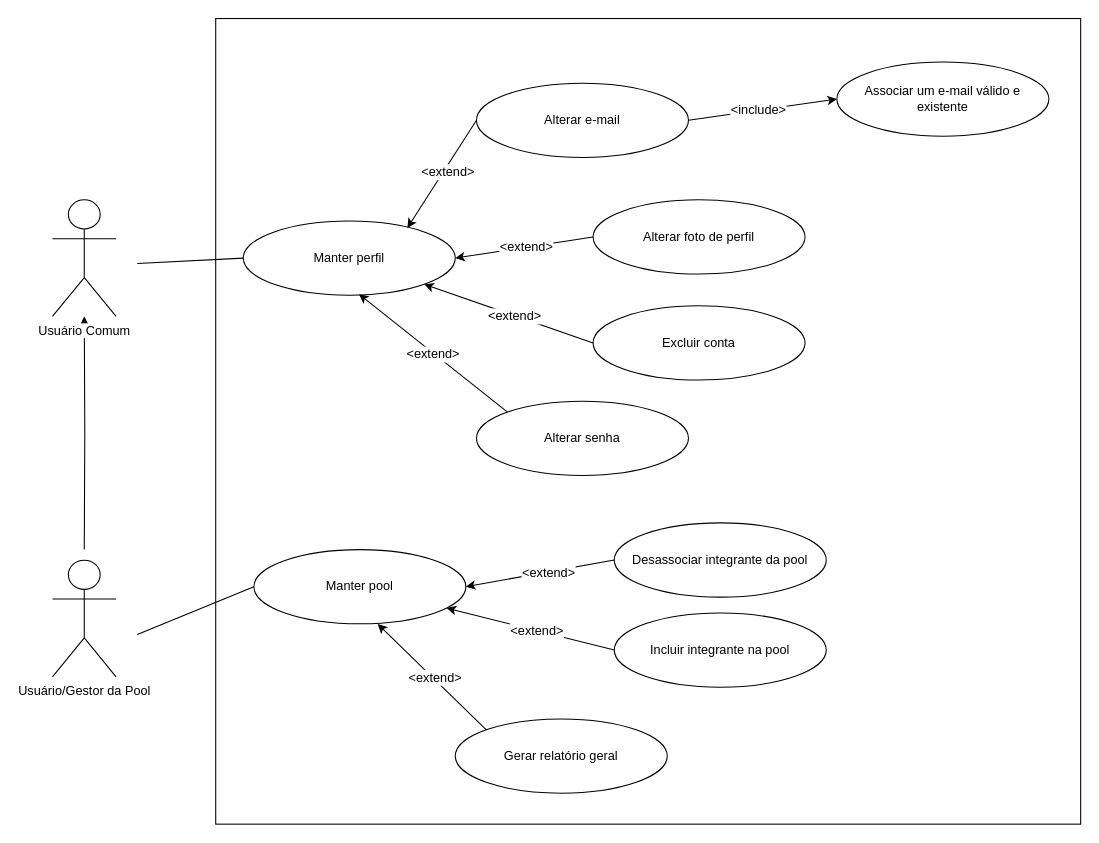
Above: Documentação/Caso de Uso/Caso_PERFIL_USUARIO.drawio in Fabicaneyu/.mineHash (draw.io), before the change. Source tidied: cells renumbered, new cells numbered last; positions are measured from the earlier drawing's top-left corner, leaving out a move shared by most shapes. Both pictures are drawn from the tidied source at 106%, with x=0, y=0 at pixel (52, 18).
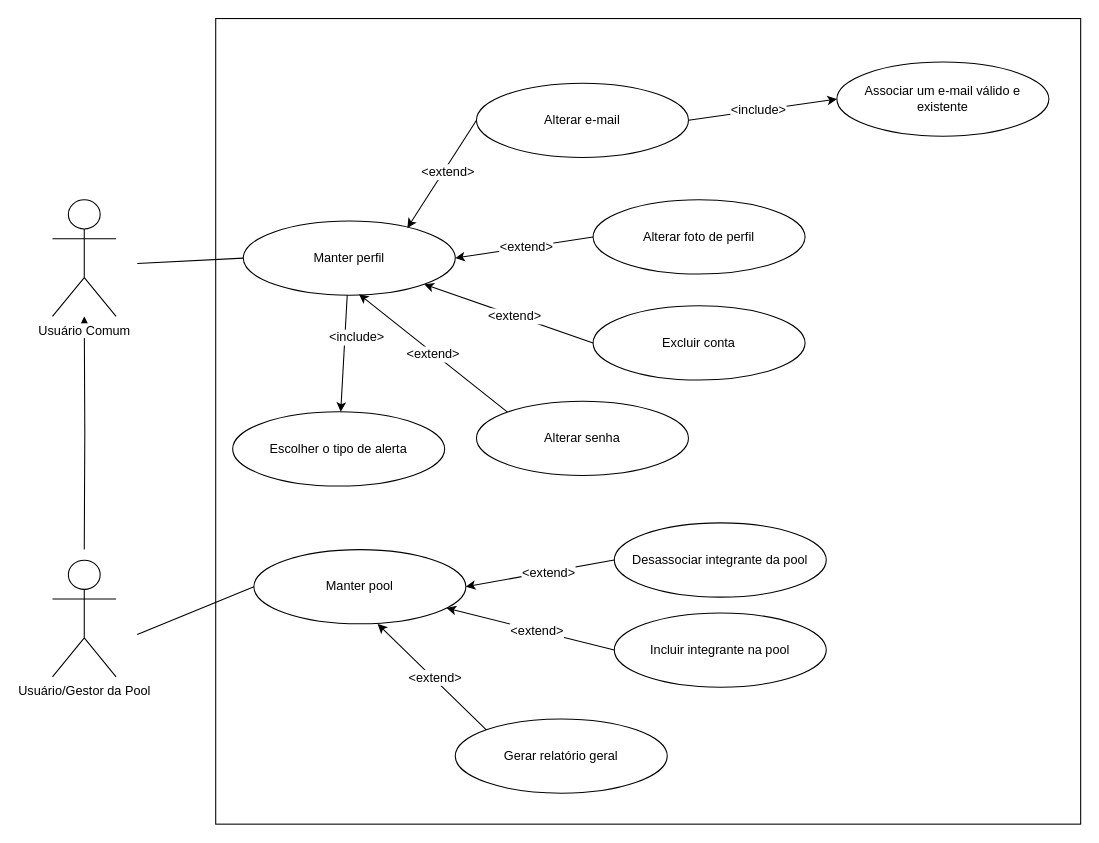
Above is the later version.

Commit message:
atualização caso de uso perfil

The change refers to these unchanged cells:
```xml
<mxCell id="7" value="Manter perfil" style="ellipse;whiteSpace=wrap;html=1;" parent="1" vertex="1">
  <mxGeometry x="180" y="191" width="200" height="70" as="geometry" />
</mxCell>
```

What changed in the source:
```diff
@@
+    <mxCell id="34" value="Escolher o tipo de alerta" style="ellipse;whiteSpace=wrap;html=1;" parent="1" vertex="1">
+      <mxGeometry x="170" y="371" width="200" height="70" as="geometry" />
+    </mxCell>
+    <mxCell id="35" style="endArrow=classic;html=1;" parent="1" edge="1" source="7" target="34">
+      <mxGeometry relative="1" as="geometry" />
+    </mxCell>
+    <mxCell id="36" value="&amp;lt;include&amp;gt;" style="text;html=1;align=center;verticalAlign=middle;labelBackgroundColor=#ffffff;" parent="35" vertex="1">
+      <mxGeometry x="-0.24" y="-1" relative="1" as="geometry">
+        <mxPoint x="11.5" y="-2.5" as="offset" />
+      </mxGeometry>
+    </mxCell>
```
